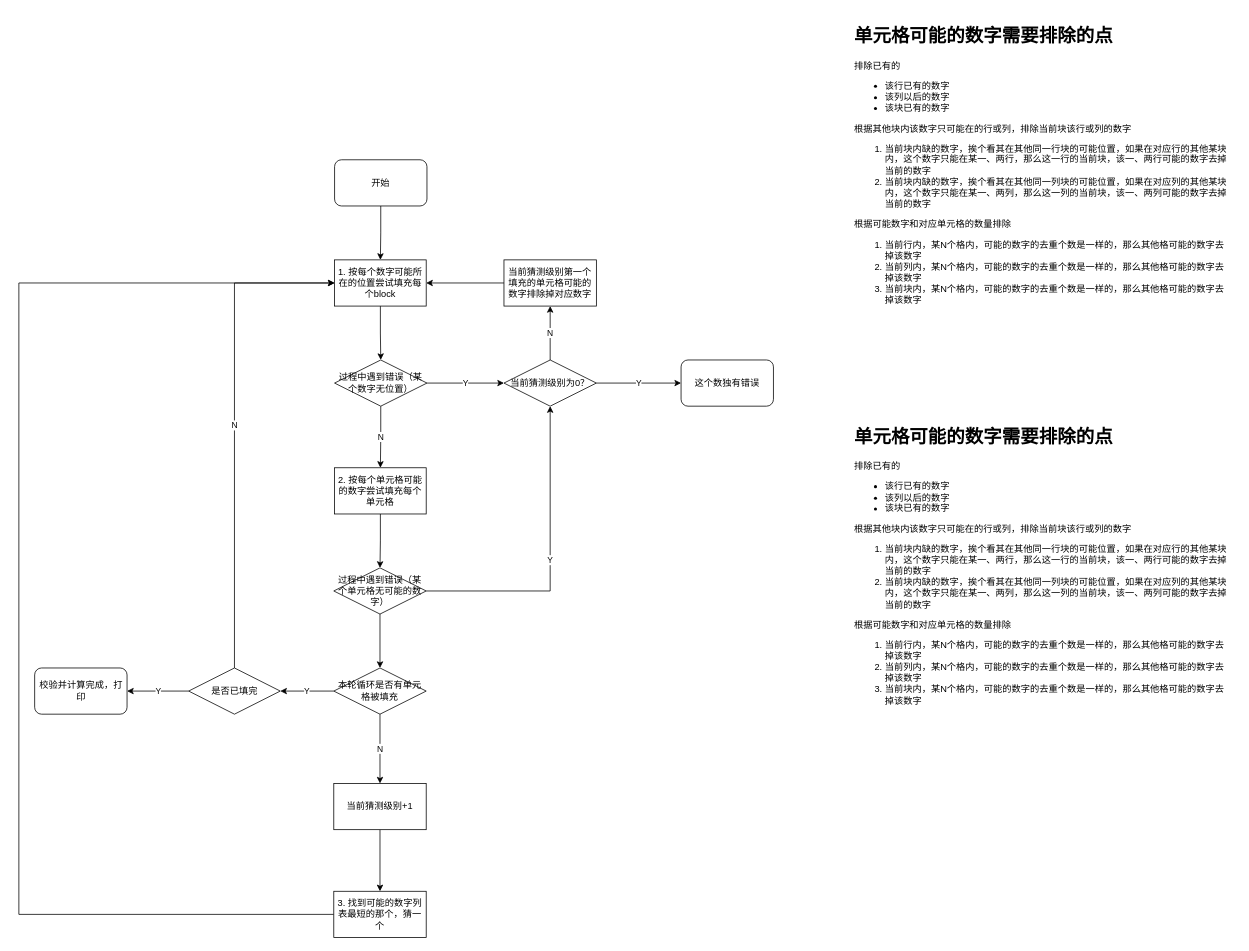
Above: 计算流程.drawio in jarrod01/shudu (draw.io), before the change. Source tidied: cells renumbered, new cells numbered last; positions are measured from the earlier drawing's top-left corner, leaving out a move shared by most shapes. Both pictures are drawn from the tidied source at 77%, with x=0, y=0 at pixel (18, 21).
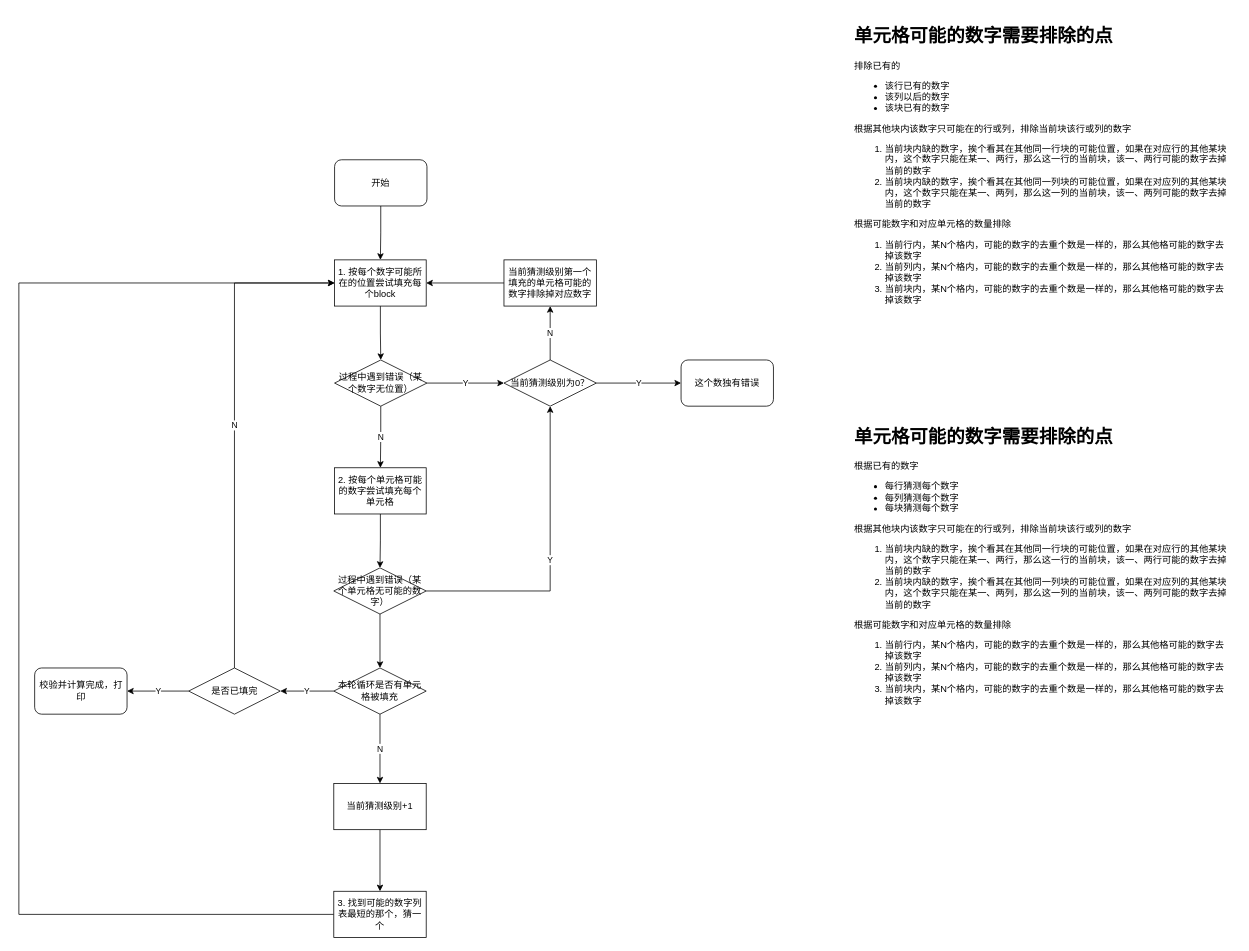
The same page after the edit.

Commit message (it also covers changes not shown here):
完成第一轮猜测

Change to the diagram source:
```diff
@@
-    <mxCell id="32" value="&lt;h1&gt;单元格可能的数字需要排除的点&lt;/h1&gt;&lt;div&gt;&lt;span&gt;排除已有的&lt;/span&gt;&lt;br&gt;&lt;ul&gt;&lt;li&gt;&lt;span&gt;该行已有的数字&lt;/span&gt;&lt;/li&gt;&lt;li&gt;&lt;span&gt;该列以后的数字&lt;/span&gt;&lt;/li&gt;&lt;li&gt;&lt;span&gt;该块已有的数字&lt;/span&gt;&lt;/li&gt;&lt;/ul&gt;根据其他块内该数字只可能在的行或列，排除当前块该行或列的数字&lt;br&gt;&lt;ol&gt;&lt;li&gt;当前块内缺的数字，挨个看其在其他同一行块的可能位置，如果在对应行的其他某块内，这个数字只能在某一、两行，那么这一行的当前块，该一、两行可能的数字去掉当前的数字&lt;/li&gt;&lt;li&gt;当前块内缺的数字，挨个看其在其他同一列块的可能位置，如果在对应列的其他某块内，这个数字只能在某一、两列，那么这一列的当前块，该一、两列可能的数字去掉当前的数字&lt;/li&gt;&lt;/ol&gt;根据可能数字和对应单元格的数量排除&lt;br&gt;&lt;ol&gt;&lt;li&gt;当前行内，某N个格内，可能的数字的去重个数是一样的，那么其他格可能的数字去掉该数字&lt;/li&gt;&lt;li&gt;当前列内，某N个格内，可能的数字的去重个数是一样的，那么其他格可能的数字去掉该数字&lt;/li&gt;&lt;li&gt;当前块内，某N个格内，可能的数字的去重个数是一样的，那么其他格可能的数字去掉该数字&lt;/li&gt;&lt;/ol&gt;&lt;div&gt;&lt;/div&gt;&lt;/div&gt;" style="text;html=1;strokeColor=none;fillColor=none;spacing=5;spacingTop=-20;whiteSpace=wrap;overflow=hidden;rounded=0;" parent="1" vertex="1">
+    <mxCell id="32" value="&lt;h1&gt;单元格可能的数字需要排除的点&lt;/h1&gt;&lt;div&gt;&lt;span&gt;根据已有的数字&lt;/span&gt;&lt;br&gt;&lt;ul&gt;&lt;li&gt;每行猜测每个数字&lt;/li&gt;&lt;li&gt;每列猜测每个数字&lt;/li&gt;&lt;li&gt;每块猜测每个数字&lt;/li&gt;&lt;/ul&gt;根据其他块内该数字只可能在的行或列，排除当前块该行或列的数字&lt;br&gt;&lt;ol&gt;&lt;li&gt;当前块内缺的数字，挨个看其在其他同一行块的可能位置，如果在对应行的其他某块内，这个数字只能在某一、两行，那么这一行的当前块，该一、两行可能的数字去掉当前的数字&lt;/li&gt;&lt;li&gt;当前块内缺的数字，挨个看其在其他同一列块的可能位置，如果在对应列的其他某块内，这个数字只能在某一、两列，那么这一列的当前块，该一、两列可能的数字去掉当前的数字&lt;/li&gt;&lt;/ol&gt;根据可能数字和对应单元格的数量排除&lt;br&gt;&lt;ol&gt;&lt;li&gt;当前行内，某N个格内，可能的数字的去重个数是一样的，那么其他格可能的数字去掉该数字&lt;/li&gt;&lt;li&gt;当前列内，某N个格内，可能的数字的去重个数是一样的，那么其他格可能的数字去掉该数字&lt;/li&gt;&lt;li&gt;当前块内，某N个格内，可能的数字的去重个数是一样的，那么其他格可能的数字去掉该数字&lt;/li&gt;&lt;/ol&gt;&lt;div&gt;&lt;/div&gt;&lt;/div&gt;" style="text;html=1;strokeColor=none;fillColor=none;spacing=5;spacingTop=-20;whiteSpace=wrap;overflow=hidden;rounded=0;" parent="1" vertex="1">
       <mxGeometry x="1080" y="520" width="500" height="400" as="geometry" />
     </mxCell>
```
